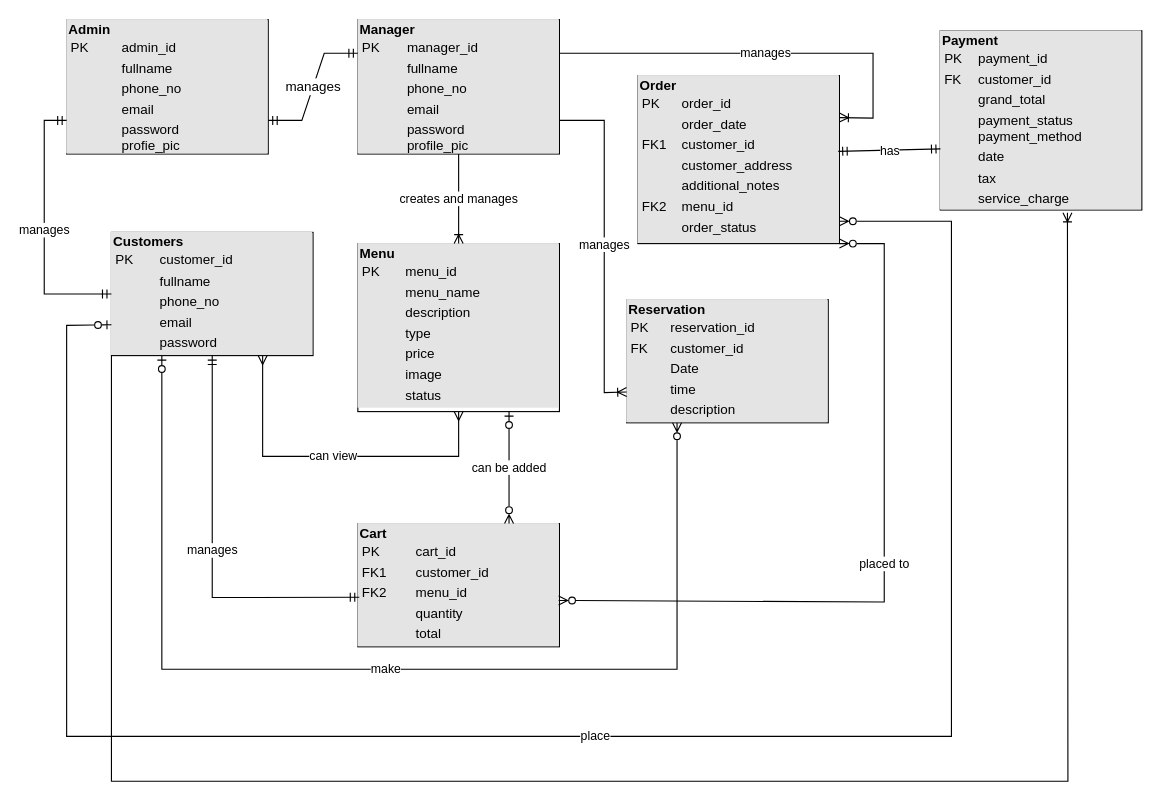
Above: ZachumERD.drawio in birbdrtamang/Zachum-By-Skydancer (draw.io), before the change. Source tidied: cells renumbered, new cells numbered last; positions are measured from the earlier drawing's top-left corner, leaving out a move shared by most shapes. Both pictures are drawn from the tidied source at 112%, with x=0, y=0 at pixel (44, 19).
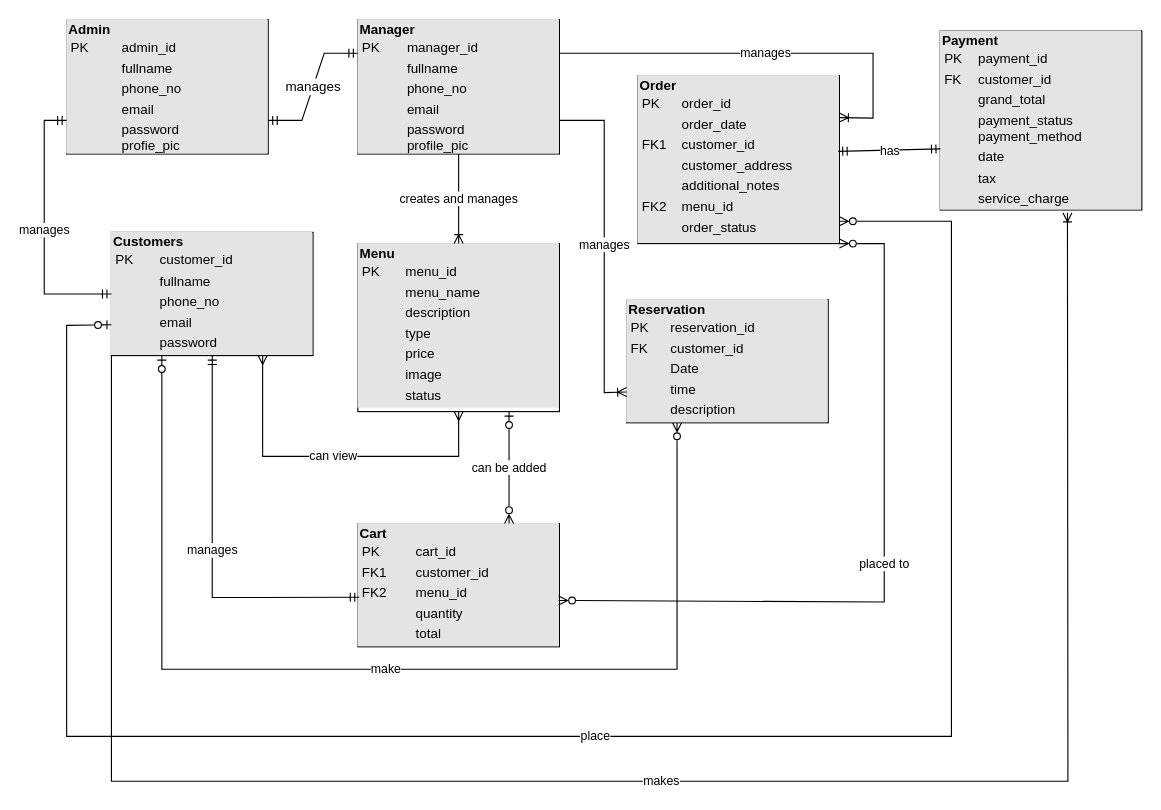
The same page after the edit.

Unchanged cells that the change refers to:
```xml
<mxCell id="2" value="&lt;div style=&quot;box-sizing:border-box;width:100%;background:#e4e4e4;padding:2px;&quot;&gt;&lt;b&gt;Customers&lt;/b&gt;&lt;br&gt;&lt;table style=&quot;background-color: initial; font-size: 1em; width: 100%;&quot; cellpadding=&quot;2&quot; cellspacing=&quot;0&quot;&gt;&lt;tbody&gt;&lt;tr&gt;&lt;td&gt;PK&lt;/td&gt;&lt;td&gt;customer_id&lt;/td&gt;&lt;/tr&gt;&lt;tr&gt;&lt;td&gt;&lt;br&gt;&lt;/td&gt;&lt;td&gt;fullname&lt;/td&gt;&lt;/tr&gt;&lt;tr&gt;&lt;td&gt;&lt;br&gt;&lt;/td&gt;&lt;td&gt;phone_no&lt;/td&gt;&lt;/tr&gt;&lt;tr&gt;&lt;td&gt;&lt;br&gt;&lt;/td&gt;&lt;td&gt;email&lt;/td&gt;&lt;/tr&gt;&lt;tr&gt;&lt;td&gt;&lt;br&gt;&lt;/td&gt;&lt;td&gt;password&lt;/td&gt;&lt;/tr&gt;&lt;/tbody&gt;&lt;/table&gt;&lt;/div&gt;" style="verticalAlign=top;align=left;overflow=fill;html=1;whiteSpace=wrap;" parent="1" vertex="1">
  <mxGeometry x="60" y="190" width="180" height="110" as="geometry" />
</mxCell>
<mxCell id="20" value="&lt;div style=&quot;box-sizing:border-box;width:100%;background:#e4e4e4;padding:2px;&quot;&gt;&lt;b&gt;Payment&lt;/b&gt;&lt;table style=&quot;background-color: initial; font-size: 1em; width: 100%;&quot; cellpadding=&quot;2&quot; cellspacing=&quot;0&quot;&gt;&lt;tbody&gt;&lt;tr&gt;&lt;td&gt;PK&lt;/td&gt;&lt;td&gt;payment_id&lt;/td&gt;&lt;/tr&gt;&lt;tr&gt;&lt;td&gt;FK&lt;/td&gt;&lt;td&gt;customer_id&lt;/td&gt;&lt;/tr&gt;&lt;tr&gt;&lt;td&gt;&lt;br&gt;&lt;/td&gt;&lt;td&gt;grand_total&lt;/td&gt;&lt;/tr&gt;&lt;tr&gt;&lt;td&gt;&lt;br&gt;&lt;/td&gt;&lt;td&gt;payment_status&lt;br&gt;payment_method&lt;/td&gt;&lt;/tr&gt;&lt;tr&gt;&lt;td&gt;&lt;br&gt;&lt;/td&gt;&lt;td&gt;date&lt;/td&gt;&lt;/tr&gt;&lt;tr&gt;&lt;td&gt;&lt;br&gt;&lt;/td&gt;&lt;td&gt;tax&lt;/td&gt;&lt;/tr&gt;&lt;tr&gt;&lt;td&gt;&lt;br&gt;&lt;/td&gt;&lt;td&gt;service_charge&lt;/td&gt;&lt;/tr&gt;&lt;/tbody&gt;&lt;/table&gt;&lt;/div&gt;" style="verticalAlign=top;align=left;overflow=fill;html=1;whiteSpace=wrap;" parent="1" vertex="1">
  <mxGeometry x="800" y="10" width="180" height="160" as="geometry" />
</mxCell>
```

What changed in the source:
```diff
@@
-    <mxCell id="21" style="endArrow=ERoneToMany;html=1;rounded=0;exitX=0;exitY=1;exitDx=0;exitDy=0;entryX=0.631;entryY=1.016;entryDx=0;entryDy=0;entryPerimeter=0;endFill=0;" parent="1" edge="1" source="2" target="20">
+    <mxCell id="21" value="makes" style="endArrow=ERoneToMany;html=1;rounded=0;exitX=0;exitY=1;exitDx=0;exitDy=0;entryX=0.631;entryY=1.016;entryDx=0;entryDy=0;entryPerimeter=0;endFill=0;" parent="1" edge="1" source="2" target="20">
       <mxGeometry relative="1" as="geometry">
         <Array as="points">
           <mxPoint x="60" y="680" />
           <mxPoint x="914" y="680" />
         </Array>
       </mxGeometry>
     </mxCell>
```
